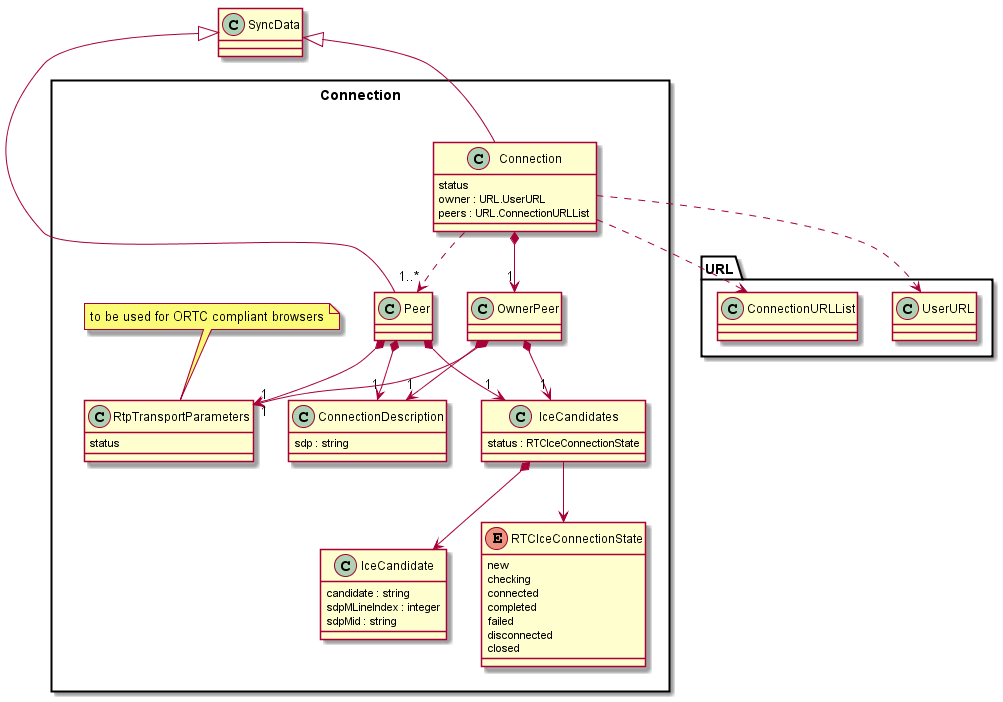
Before: docs/datamodel/Connection-Data-Object-Model.png, a diagram exported from PlantUML (reTHINK-project/dev-service-framework).
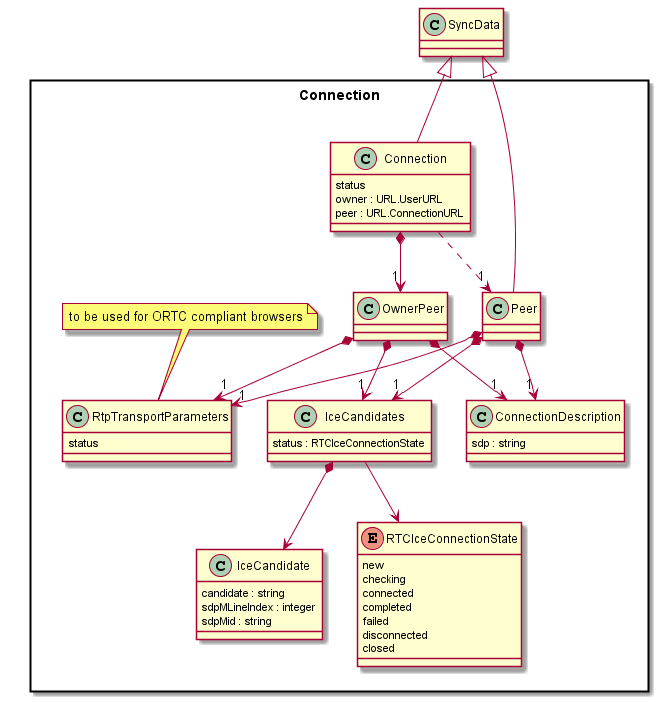
After the commit.

Commit message:
more fixes in the data model for json-schema generation

What changed in the source:
```diff
@@ -8,7 +8,7 @@
 	class Connection {
 		status
 		owner : URL.UserURL
-		peers : URL.ConnectionURLList
+		peer : URL.ConnectionURL
 	}
 
   class OwnerPeer {
@@ -49,12 +49,10 @@
 	Connection -up-|> SyncData
 	Peer -up-|> SyncData
 
-	Connection ..> URL.UserURL
-	Connection ..> URL.ConnectionURLList
 
 	Connection *--> "1" OwnerPeer
 
-	Connection ..> "1..*" Peer
+	Connection ..> "1" Peer
 
 	Peer *--> "1" IceCandidates
 	Peer *--> "1" ConnectionDescription
```
